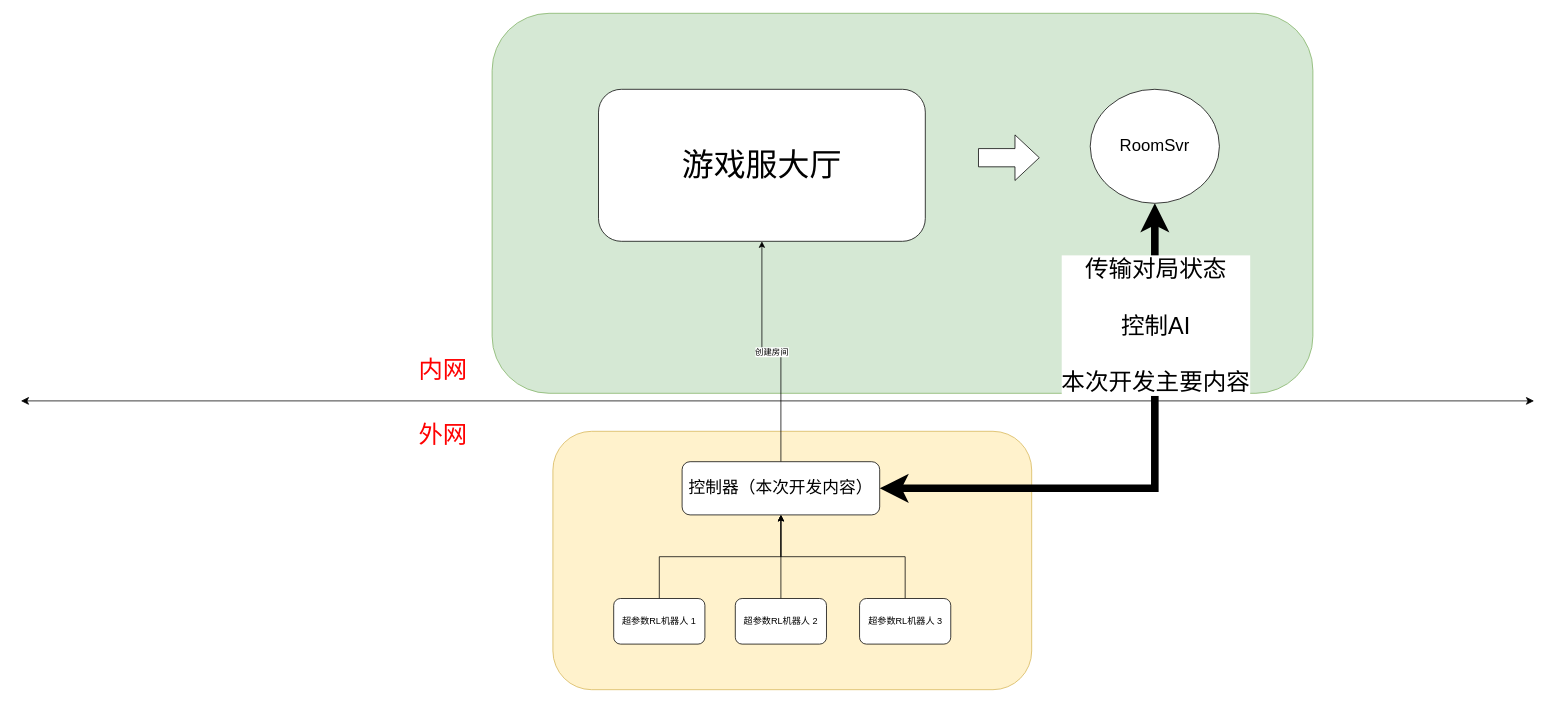
a654889339/Base keeps this draw.io diagram as page "RL Controller" (19 of 20) of FSM ds.drawio. Above is the earlier version. Source tidied: cells renumbered, new cells numbered last; positions are measured from the earlier drawing's top-left corner, leaving out a move shared by most shapes. Both pictures are drawn from the tidied source at 76%, with x=0, y=0 at pixel (21, 13).
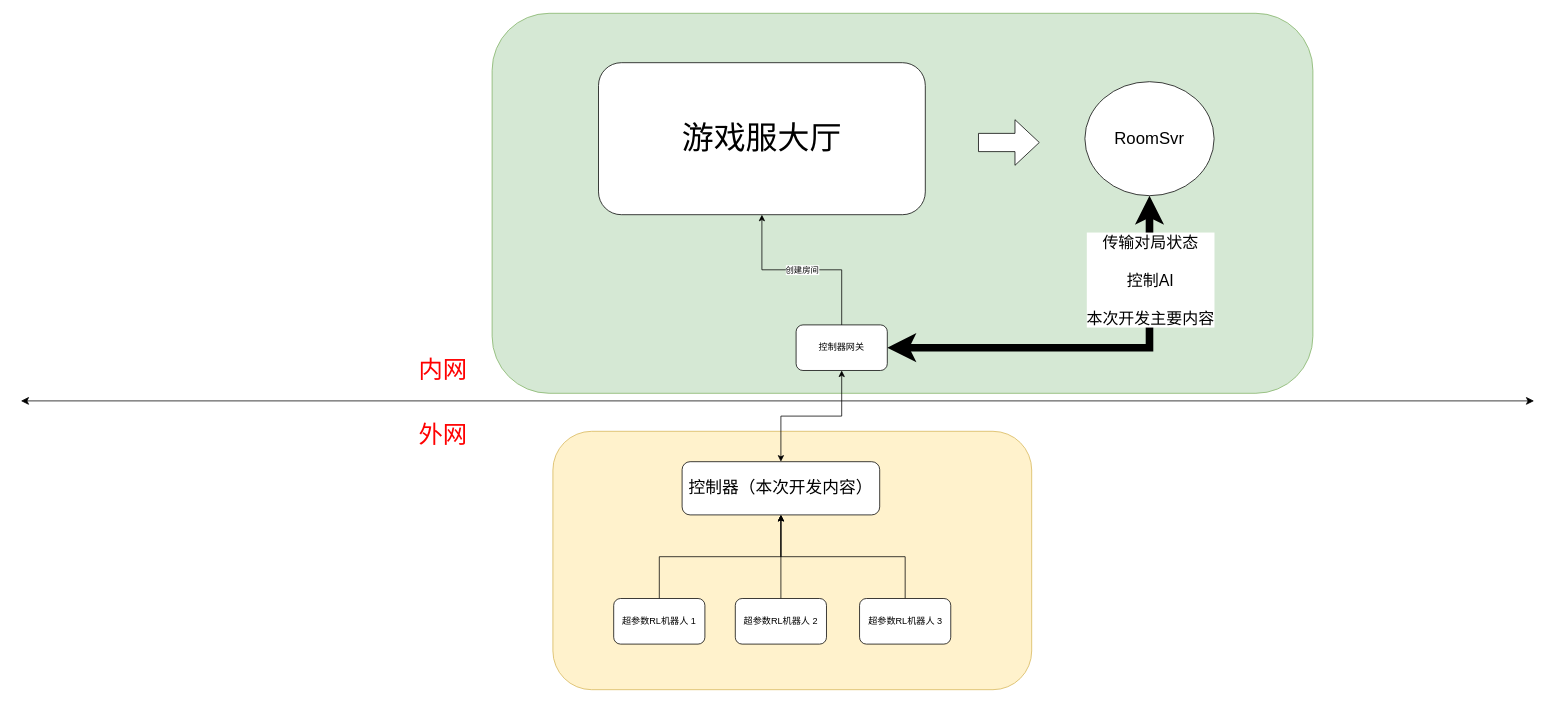
The same page after the edit.

Unchanged cells that the change refers to:
```xml
<mxCell id="9" value="控制器（本次开发内容）" style="rounded=1;whiteSpace=wrap;html=1;fontSize=22;" parent="1" vertex="1">
  <mxGeometry x="870" y="590" width="260" height="70" as="geometry" />
</mxCell>
```

The edit, as a diff of the source:
```diff
@@
-    <mxCell id="5" style="edgeStyle=orthogonalEdgeStyle;rounded=0;jettySize=auto;html=1;entryX=0.5;entryY=1;entryDx=0;entryDy=0;" parent="1" edge="1" source="9" target="16">
+    <mxCell id="5" style="edgeStyle=orthogonalEdgeStyle;rounded=0;jettySize=auto;html=1;entryX=0.5;entryY=1;entryDx=0;entryDy=0;startArrow=classic;startFill=1;" parent="1" edge="1" source="9" target="21">
       <mxGeometry relative="1" as="geometry" />
     </mxCell>
-    <mxCell id="6" value="创建房间" style="edgeLabel;html=1;align=center;verticalAlign=middle;" parent="5" vertex="1">
-      <mxGeometry relative="1" as="geometry" />
-    </mxCell>
-    <mxCell id="7" style="edgeStyle=orthogonalEdgeStyle;rounded=0;jettySize=auto;html=1;entryX=0.5;entryY=1;entryDx=0;entryDy=0;endArrow=classic;endFill=1;strokeWidth=10;startArrow=classic;startFill=1;" parent="1" edge="1" source="9" target="18">
+    <mxCell id="7" style="edgeStyle=orthogonalEdgeStyle;rounded=0;jettySize=auto;html=1;entryX=0.5;entryY=1;entryDx=0;entryDy=0;endArrow=classic;endFill=1;strokeWidth=10;startArrow=classic;startFill=1;exitX=1;exitY=0.5;exitDx=0;exitDy=0;" parent="1" edge="1" source="21" target="18">
       <mxGeometry relative="1" as="geometry" />
     </mxCell>
-    <mxCell id="8" value="传输对局状态&lt;br&gt;&lt;br&gt;控制AI&lt;br&gt;&lt;br&gt;本次开发主要内容" style="edgeLabel;html=1;align=center;verticalAlign=middle;fontSize=31;" parent="7" vertex="1">
+    <mxCell id="8" value="传输对局状态&lt;br&gt;&lt;br&gt;控制AI&lt;br&gt;&lt;br&gt;本次开发主要内容" style="edgeLabel;html=1;align=center;verticalAlign=middle;fontSize=21;" parent="7" vertex="1">
       <mxGeometry x="0.48" relative="1" as="geometry">
         <mxPoint y="-32" as="offset" />
       </mxGeometry>
     </mxCell>
@@
     <mxCell id="16" value="&lt;font style=&quot;font-size: 42px;&quot;&gt;游戏服大厅&lt;/font&gt;" style="rounded=1;whiteSpace=wrap;html=1;fontSize=22;" parent="1" vertex="1">
-      <mxGeometry x="760" y="100" width="430" height="200" as="geometry" />
+      <mxGeometry x="760" y="65" width="430" height="200" as="geometry" />
     </mxCell>
     <mxCell id="17" style="shape=singleArrow;whiteSpace=wrap;html=1;arrowWidth=0.4;arrowSize=0.4;" parent="1" vertex="1">
-      <mxGeometry x="1260" y="160" width="80" height="60" as="geometry" />
+      <mxGeometry x="1260" y="140" width="80" height="60" as="geometry" />
     </mxCell>
     <mxCell id="18" value="RoomSvr" style="ellipse;whiteSpace=wrap;html=1;fontSize=22;" parent="1" vertex="1">
-      <mxGeometry x="1407" y="100" width="170" height="150" as="geometry" />
+      <mxGeometry x="1400" y="90" width="170" height="150" as="geometry" />
     </mxCell>
@@
+    <mxCell id="21" value="控制器网关" style="rounded=1;whiteSpace=wrap;html=1;" parent="1" vertex="1">
+      <mxGeometry x="1020" y="410" width="120" height="60" as="geometry" />
+    </mxCell>
+    <mxCell id="22" style="edgeStyle=orthogonalEdgeStyle;rounded=0;jettySize=auto;html=1;entryX=0.5;entryY=1;entryDx=0;entryDy=0;" parent="1" edge="1" source="21" target="16">
+      <mxGeometry relative="1" as="geometry" />
+    </mxCell>
+    <mxCell id="6" value="创建房间" style="edgeLabel;html=1;align=center;verticalAlign=middle;" parent="22" vertex="1">
+      <mxGeometry relative="1" as="geometry" />
+    </mxCell>
```
